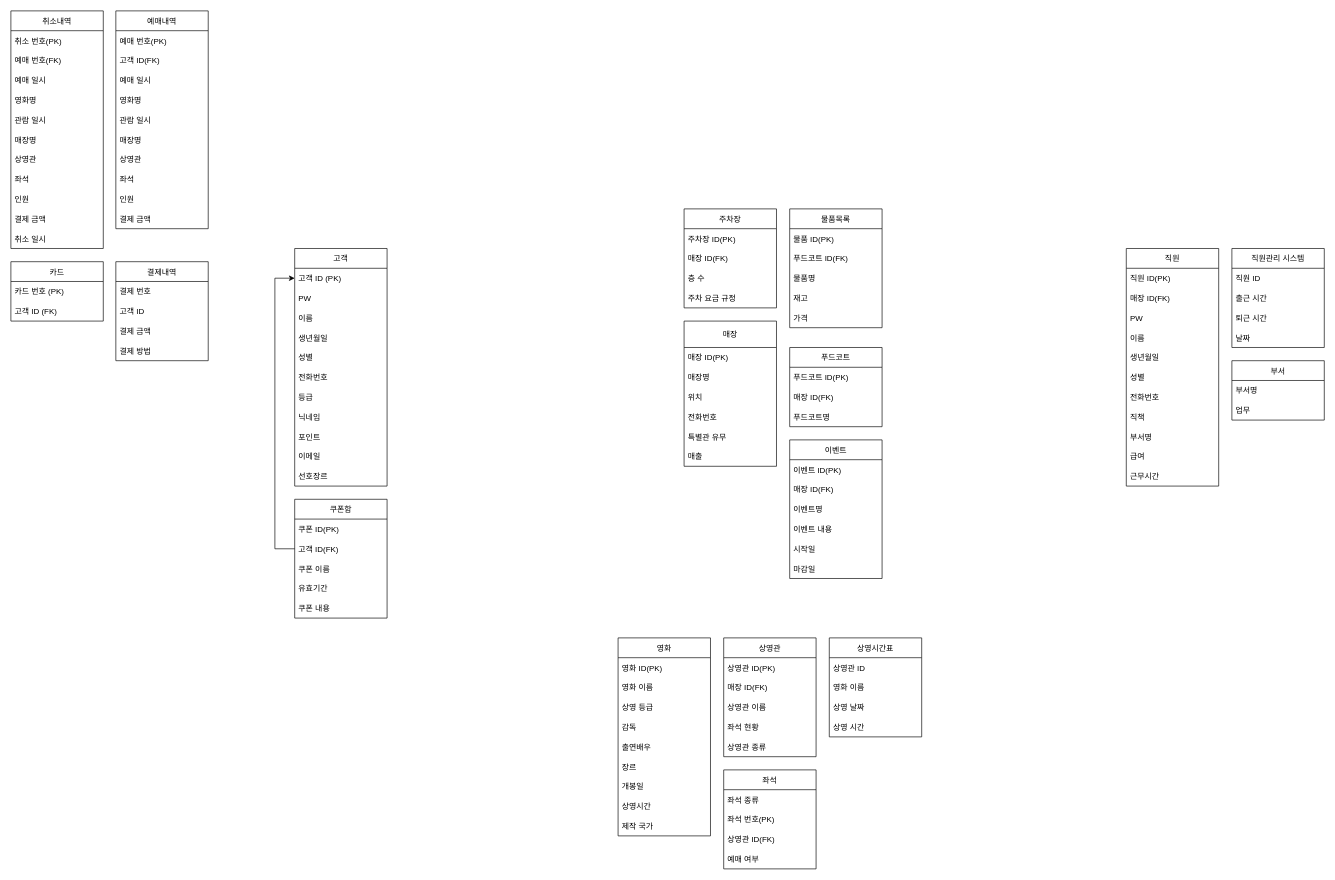
Above: page "SKIMA" (2 of 2) of 영화관 merged.drawio in chacha0707/db (draw.io), before the change. Source tidied: cells renumbered, new cells numbered last; positions are measured from the earlier drawing's top-left corner, leaving out a move shared by most shapes. Both pictures are drawn from the tidied source at 66%, with x=0, y=0 at pixel (11, 11).
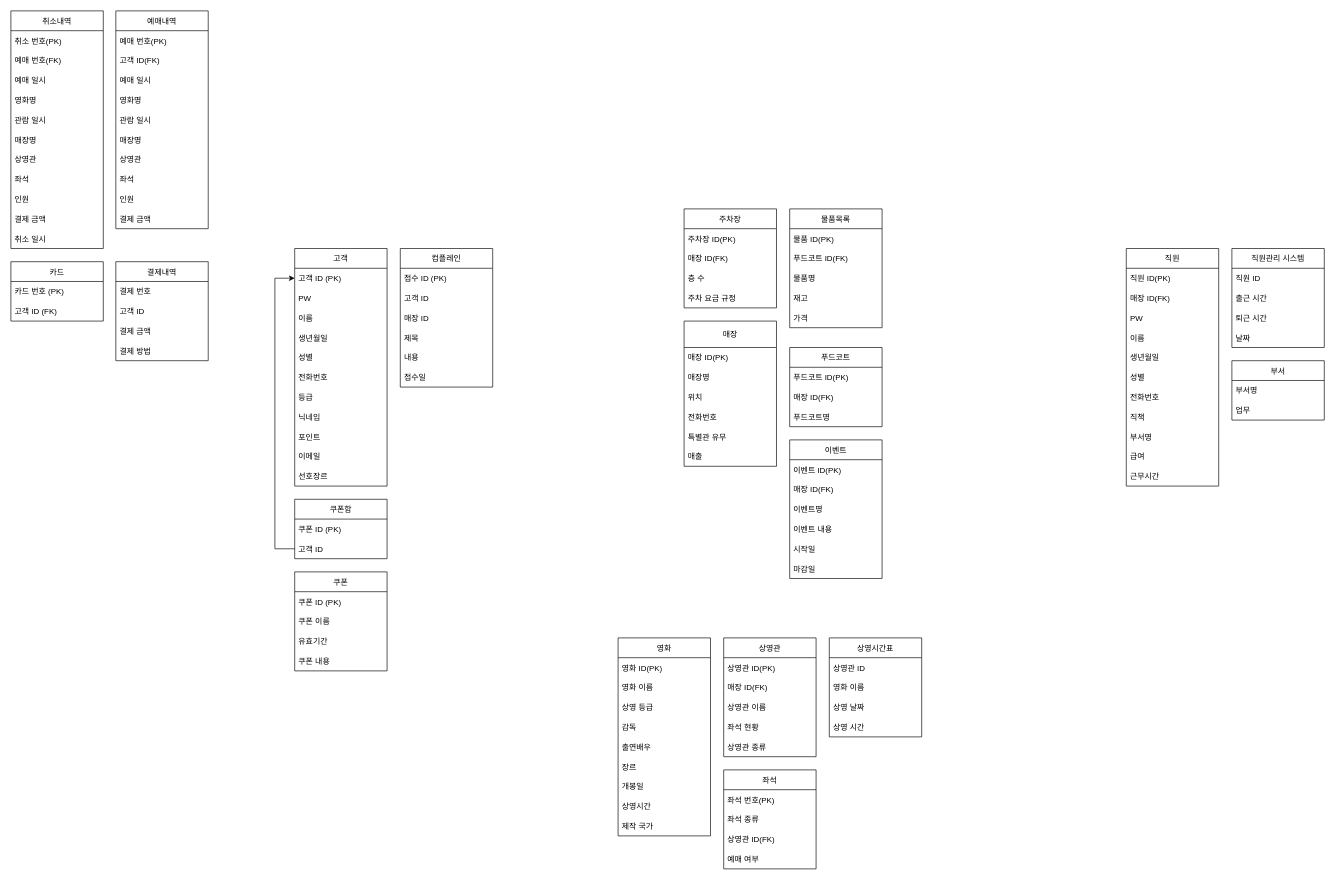
After the change.

Unchanged cells that the change refers to:
```xml
<mxCell id="69" value="좌석" style="swimlane;fontStyle=0;horizontal=1;startSize=30;" parent="1" vertex="1">
  <mxGeometry x="1080" y="1150" width="140" height="150" as="geometry" />
</mxCell>
<mxCell id="75" value="고객 ID (PK)" style="text;strokeColor=none;fillColor=none;align=left;verticalAlign=middle;spacingLeft=4;spacingRight=4;overflow=hidden;points=[[0,0.5],[1,0.5]];portConstraint=eastwest;" parent="74" vertex="1">
  <mxGeometry y="30" width="140" height="30" as="geometry" />
</mxCell>
```

Diff of the diagram source:
```diff
@@
+    <mxCell id="71" value="좌석 번호(PK)" style="text;strokeColor=none;fillColor=none;align=left;verticalAlign=middle;spacingLeft=4;spacingRight=4;overflow=hidden;" parent="69" vertex="1">
+      <mxGeometry y="30" width="140" height="30" as="geometry" />
+    </mxCell>
     <mxCell id="70" value="좌석 종류" style="text;strokeColor=none;fillColor=none;align=left;verticalAlign=middle;spacingLeft=4;spacingRight=4;overflow=hidden;" parent="69" vertex="1">
-      <mxGeometry y="30" width="140" height="30" as="geometry" />
+      <mxGeometry y="60" width="140" height="30" as="geometry" />
     </mxCell>
-    <mxCell id="71" value="좌석 번호(PK)" style="text;strokeColor=none;fillColor=none;align=left;verticalAlign=middle;spacingLeft=4;spacingRight=4;overflow=hidden;" parent="69" vertex="1">
-      <mxGeometry y="60" width="140" height="30" as="geometry" />
-    </mxCell>
@@
-    <mxCell id="90" value="쿠폰함" style="swimlane;fontStyle=0;horizontal=1;startSize=30;" parent="1" vertex="1">
-      <mxGeometry x="430" y="740" width="140" height="180" as="geometry" />
-    </mxCell>
-    <mxCell id="91" value="쿠폰 ID(PK)" style="text;strokeColor=none;fillColor=none;align=left;verticalAlign=middle;spacingLeft=4;spacingRight=4;overflow=hidden;" parent="90" vertex="1">
-      <mxGeometry y="30" width="140" height="30" as="geometry" />
-    </mxCell>
-    <mxCell id="92" value="고객 ID(FK)" style="text;strokeColor=none;fillColor=none;align=left;verticalAlign=middle;spacingLeft=4;spacingRight=4;overflow=hidden;points=[[0,0.5],[1,0.5]];portConstraint=eastwest;" parent="90" vertex="1">
-      <mxGeometry y="60" width="140" height="30" as="geometry" />
-    </mxCell>
-    <mxCell id="93" value="쿠폰 이름" style="text;strokeColor=none;fillColor=none;align=left;verticalAlign=middle;spacingLeft=4;spacingRight=4;overflow=hidden;" parent="90" vertex="1">
-      <mxGeometry y="90" width="140" height="30" as="geometry" />
-    </mxCell>
-    <mxCell id="94" value="유효기간" style="text;strokeColor=none;fillColor=none;align=left;verticalAlign=middle;spacingLeft=4;spacingRight=4;overflow=hidden;" parent="90" vertex="1">
-      <mxGeometry y="120" width="140" height="30" as="geometry" />
-    </mxCell>
-    <mxCell id="95" value="쿠폰 내용" style="text;strokeColor=none;fillColor=none;align=left;verticalAlign=middle;spacingLeft=4;spacingRight=4;overflow=hidden;" parent="90" vertex="1">
-      <mxGeometry y="150" width="140" height="30" as="geometry" />
-    </mxCell>
@@
-    <mxCell id="121" style="edgeStyle=orthogonalEdgeStyle;rounded=0;jettySize=auto;html=1;exitX=0;exitY=0.5;exitDx=0;exitDy=0;entryX=0;entryY=0.5;entryDx=0;entryDy=0;" parent="1" edge="1" source="92" target="75">
+    <mxCell id="121" style="edgeStyle=orthogonalEdgeStyle;rounded=0;jettySize=auto;html=1;exitX=0;exitY=0.5;exitDx=0;exitDy=0;entryX=0;entryY=0.5;entryDx=0;entryDy=0;" parent="1" edge="1" target="75">
       <mxGeometry relative="1" as="geometry">
+        <mxPoint x="430" y="815" as="sourcePoint" />
         <Array as="points">
           <mxPoint x="400" y="815" />
           <mxPoint x="400" y="405" />
         </Array>
       </mxGeometry>
     </mxCell>
@@
+    <mxCell id="90" value="쿠폰함" style="swimlane;fontStyle=0;horizontal=1;startSize=30;" parent="1" vertex="1">
+      <mxGeometry x="430" y="740" width="140" height="90" as="geometry" />
+    </mxCell>
+    <mxCell id="127" value="쿠폰 ID (PK)" style="text;strokeColor=none;fillColor=none;align=left;verticalAlign=middle;spacingLeft=4;spacingRight=4;overflow=hidden;" parent="90" vertex="1">
+      <mxGeometry y="30" width="140" height="30" as="geometry" />
+    </mxCell>
+    <mxCell id="128" value="고객 ID" style="text;strokeColor=none;fillColor=none;align=left;verticalAlign=middle;spacingLeft=4;spacingRight=4;overflow=hidden;" parent="90" vertex="1">
+      <mxGeometry y="60" width="140" height="30" as="geometry" />
+    </mxCell>
+    <mxCell id="129" value="쿠폰" style="swimlane;fontStyle=0;horizontal=1;startSize=30;" parent="1" vertex="1">
+      <mxGeometry x="430" y="850" width="140" height="150" as="geometry" />
+    </mxCell>
+    <mxCell id="130" value="쿠폰 ID (PK)" style="text;strokeColor=none;fillColor=none;align=left;verticalAlign=middle;spacingLeft=4;spacingRight=4;overflow=hidden;" parent="129" vertex="1">
+      <mxGeometry y="30" width="140" height="30" as="geometry" />
+    </mxCell>
+    <mxCell id="93" value="쿠폰 이름" style="text;strokeColor=none;fillColor=none;align=left;verticalAlign=middle;spacingLeft=4;spacingRight=4;overflow=hidden;" parent="129" vertex="1">
+      <mxGeometry y="60" width="140" height="30" as="geometry" />
+    </mxCell>
+    <mxCell id="94" value="유효기간" style="text;strokeColor=none;fillColor=none;align=left;verticalAlign=middle;spacingLeft=4;spacingRight=4;overflow=hidden;" parent="129" vertex="1">
+      <mxGeometry y="90" width="140" height="30" as="geometry" />
+    </mxCell>
+    <mxCell id="95" value="쿠폰 내용" style="text;strokeColor=none;fillColor=none;align=left;verticalAlign=middle;spacingLeft=4;spacingRight=4;overflow=hidden;" parent="129" vertex="1">
+      <mxGeometry y="120" width="140" height="30" as="geometry" />
+    </mxCell>
+    <mxCell id="131" value="컴플레인" style="swimlane;fontStyle=0;horizontal=1;startSize=30;" parent="1" vertex="1">
+      <mxGeometry x="590" y="360" width="140" height="210" as="geometry" />
+    </mxCell>
+    <mxCell id="132" value="접수 ID (PK)" style="text;strokeColor=none;fillColor=none;align=left;verticalAlign=middle;spacingLeft=4;spacingRight=4;overflow=hidden;" parent="131" vertex="1">
+      <mxGeometry y="30" width="140" height="30" as="geometry" />
+    </mxCell>
+    <mxCell id="133" value="고객 ID" style="text;strokeColor=none;fillColor=none;align=left;verticalAlign=middle;spacingLeft=4;spacingRight=4;overflow=hidden;" parent="131" vertex="1">
+      <mxGeometry y="60" width="140" height="30" as="geometry" />
+    </mxCell>
+    <mxCell id="134" value="매장 ID" style="text;strokeColor=none;fillColor=none;align=left;verticalAlign=middle;spacingLeft=4;spacingRight=4;overflow=hidden;" parent="131" vertex="1">
+      <mxGeometry y="90" width="140" height="30" as="geometry" />
+    </mxCell>
+    <mxCell id="135" value="제목" style="text;strokeColor=none;fillColor=none;align=left;verticalAlign=middle;spacingLeft=4;spacingRight=4;overflow=hidden;" parent="131" vertex="1">
+      <mxGeometry y="120" width="140" height="30" as="geometry" />
+    </mxCell>
+    <mxCell id="136" value="내용" style="text;strokeColor=none;fillColor=none;align=left;verticalAlign=middle;spacingLeft=4;spacingRight=4;overflow=hidden;" parent="131" vertex="1">
+      <mxGeometry y="150" width="140" height="30" as="geometry" />
+    </mxCell>
+    <mxCell id="137" value="접수일" style="text;strokeColor=none;fillColor=none;align=left;verticalAlign=middle;spacingLeft=4;spacingRight=4;overflow=hidden;" parent="131" vertex="1">
+      <mxGeometry y="180" width="140" height="30" as="geometry" />
+    </mxCell>
```
